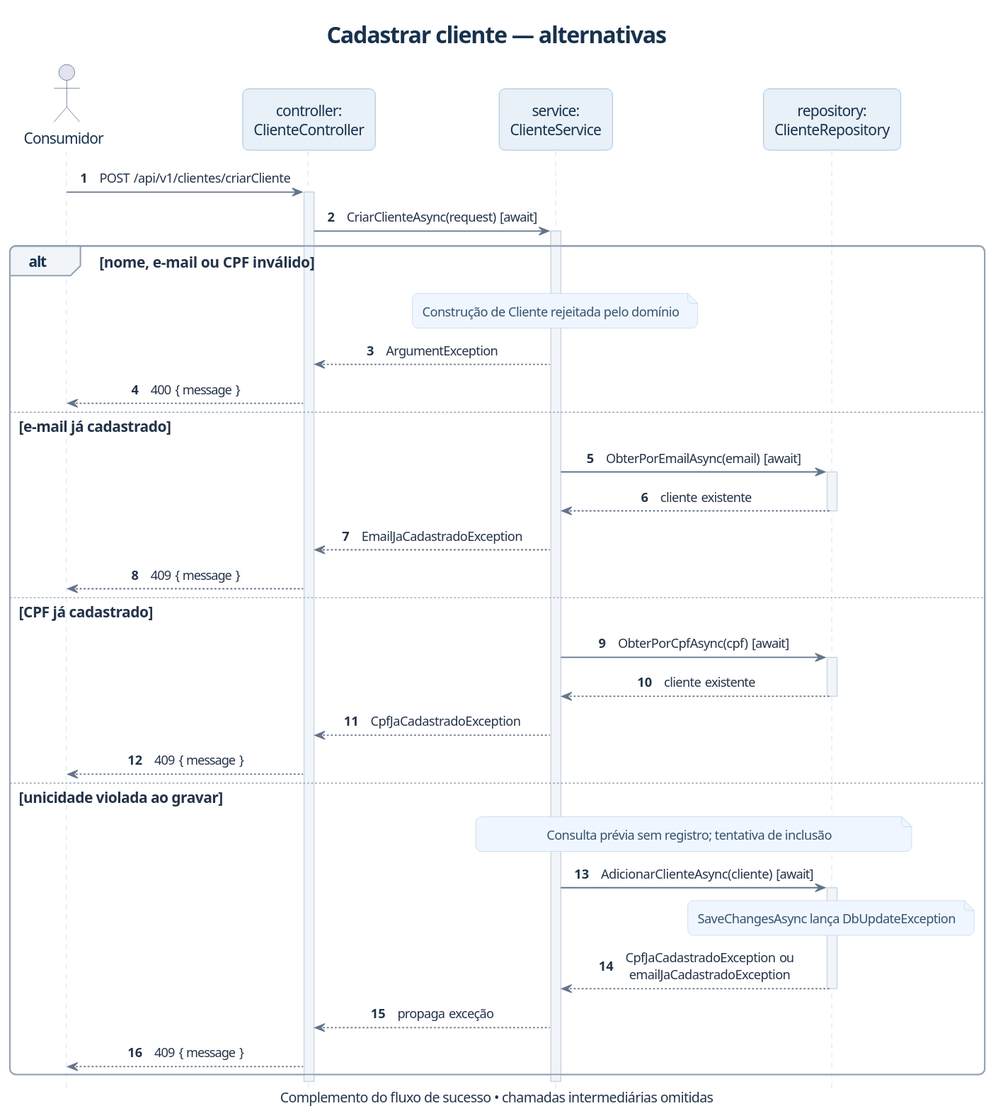
Earlier version of the PlantUML export docs/uml/imagens/12-sequencia-erros-cadastro.svg (MurilloKelvin/API-Locacao-de-imoveis).
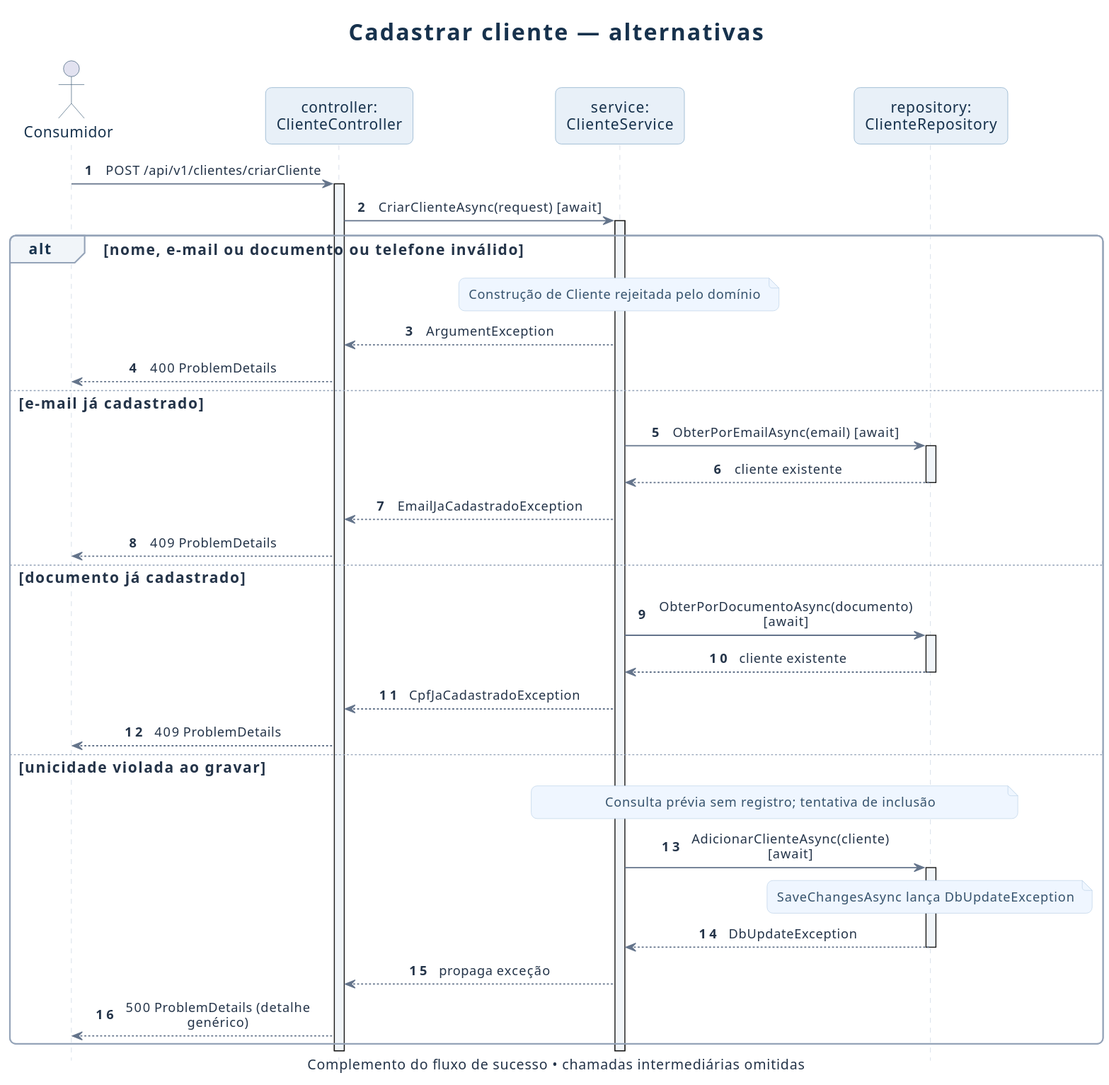
The same diagram one commit later.

The edit, as a diff of the source:
```diff
@@ -12,33 +12,33 @@
 activate C
 C -> S : CriarClienteAsync(request) [await]
 activate S
-alt nome, e-mail ou CPF inválido
+alt nome, e-mail ou documento ou telefone inválido
  note over S : Construção de Cliente rejeitada pelo domínio
  S --> C : ArgumentException
- C --> A : 400 { message }
+ C --> A : 400 ProblemDetails
 else e-mail já cadastrado
  S -> R : ObterPorEmailAsync(email) [await]
  activate R
  R --> S : cliente existente
  deactivate R
  S --> C : EmailJaCadastradoException
- C --> A : 409 { message }
-else CPF já cadastrado
- S -> R : ObterPorCpfAsync(cpf) [await]
+ C --> A : 409 ProblemDetails
+else documento já cadastrado
+ S -> R : ObterPorDocumentoAsync(documento) [await]
  activate R
  R --> S : cliente existente
  deactivate R
  S --> C : CpfJaCadastradoException
- C --> A : 409 { message }
+ C --> A : 409 ProblemDetails
 else unicidade violada ao gravar
  note over S, R : Consulta prévia sem registro; tentativa de inclusão
  S -> R : AdicionarClienteAsync(cliente) [await]
  activate R
  note over R : SaveChangesAsync lança DbUpdateException
- R --> S : CpfJaCadastradoException ou emailJaCadastradoException
+ R --> S : DbUpdateException
  deactivate R
  S --> C : propaga exceção
- C --> A : 409 { message }
+ C --> A : 500 ProblemDetails (detalhe genérico)
 end
  deactivate S
  deactivate C
```
